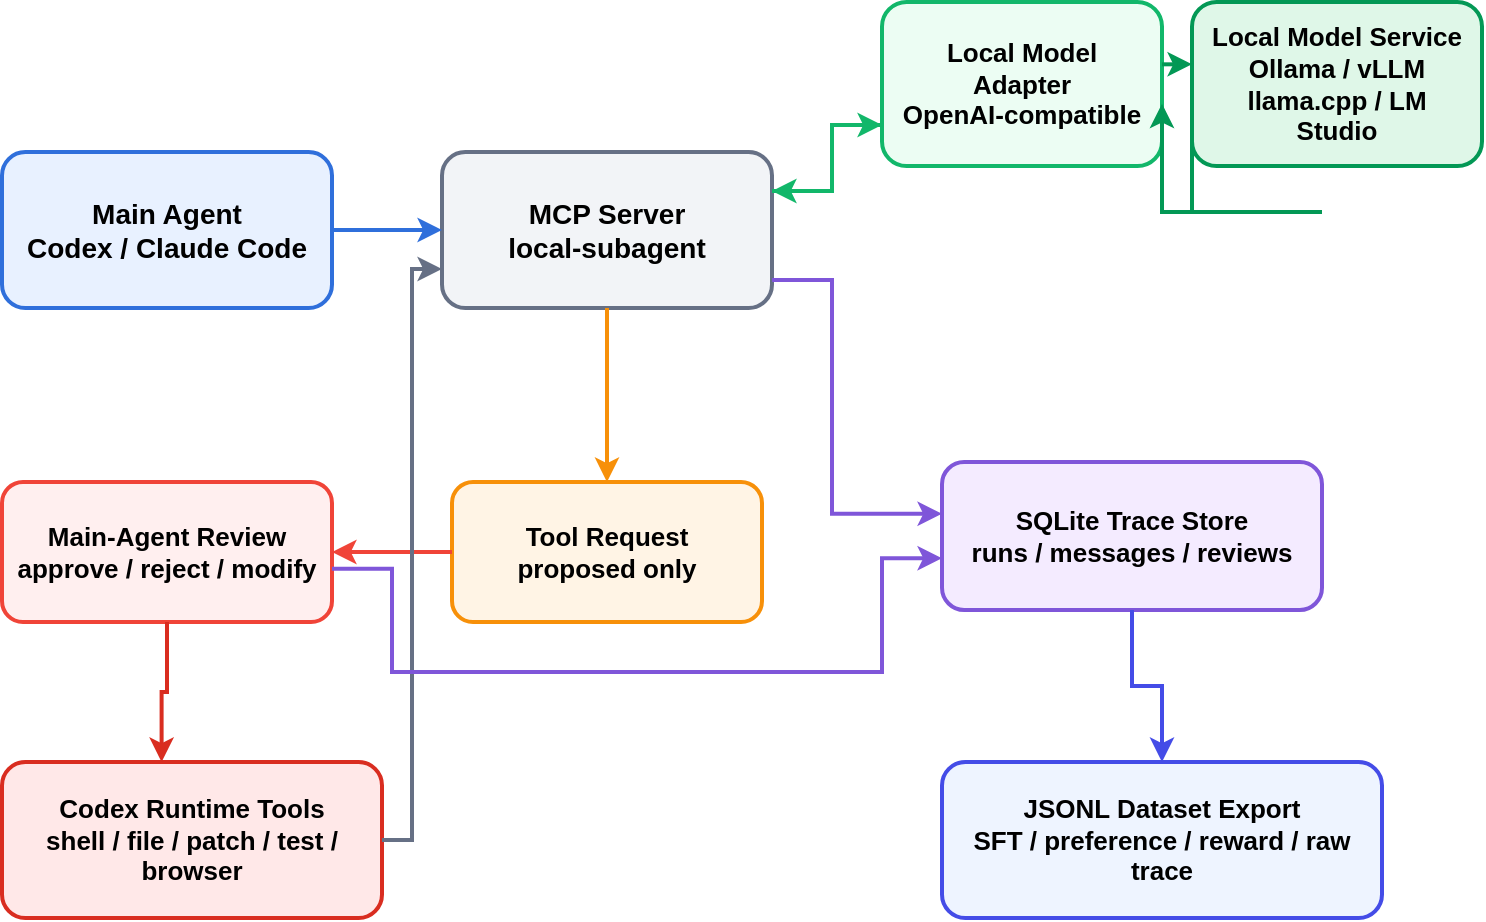
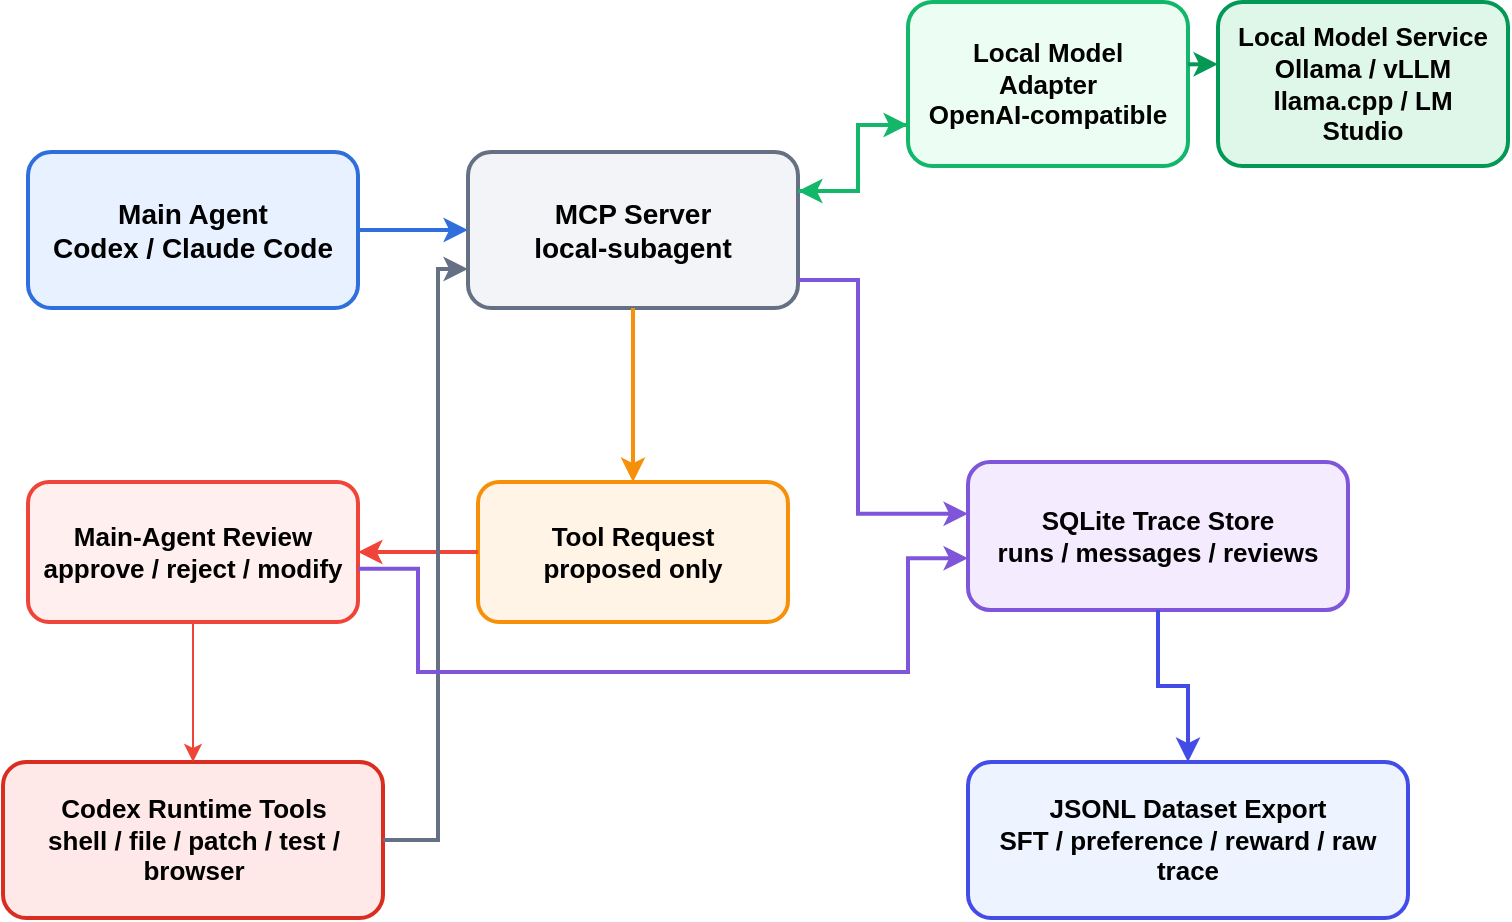
- <mxGraphModel dx="1000" dy="700" grid="1" gridSize="10" guides="1" tooltips="1" connect="1" arrows="1" fold="1" page="1" pageScale="1" pageWidth="800" pageHeight="600" background="#FFFFFF" math="0" shadow="0"><root><mxCell id="0"/><mxCell id="1" parent="0"/><mxCell id="2" value="Main Agent&#xa;Codex / Claude Code" style="rounded=1;whiteSpace=wrap;html=1;fillColor=#E8F1FF;strokeColor=#2F6FDB;strokeWidth=2;fontSize=14;fontStyle=1;align=center;verticalAlign=middle;spacing=8;" vertex="1" parent="1"><mxGeometry x="30" y="130" width="165" height="78" as="geometry"/></mxCell><mxCell id="3" value="MCP Server&#xa;local-subagent" style="rounded=1;whiteSpace=wrap;html=1;fillColor=#F2F4F7;strokeColor=#667085;strokeWidth=2;fontSize=14;fontStyle=1;align=center;verticalAlign=middle;spacing=8;" vertex="1" parent="1"><mxGeometry x="250" y="130" width="165" height="78" as="geometry"/></mxCell><mxCell id="4" value="Local Model Adapter&#xa;OpenAI-compatible" style="rounded=1;whiteSpace=wrap;html=1;fillColor=#ECFDF3;strokeColor=#12B76A;strokeWidth=2;fontSize=13;fontStyle=1;align=center;verticalAlign=middle;spacing=8;" vertex="1" parent="1"><mxGeometry x="470" y="55" width="140" height="82" as="geometry"/></mxCell><mxCell id="5" value="Local Model Service&#xa;Ollama / vLLM&#xa;llama.cpp / LM Studio" style="rounded=1;whiteSpace=wrap;html=1;fillColor=#DFF7E8;strokeColor=#039855;strokeWidth=2;fontSize=13;fontStyle=1;align=center;verticalAlign=middle;spacing=8;" vertex="1" parent="1"><mxGeometry x="625" y="55" width="145" height="82" as="geometry"/></mxCell><mxCell id="6" value="Tool Request&#xa;proposed only" style="rounded=1;whiteSpace=wrap;html=1;fillColor=#FFF4E5;strokeColor=#F79009;strokeWidth=2;fontSize=13;fontStyle=1;align=center;verticalAlign=middle;spacing=8;" vertex="1" parent="1"><mxGeometry x="255" y="295" width="155" height="70" as="geometry"/></mxCell><mxCell id="7" value="Main-Agent Review&#xa;approve / reject / modify" style="rounded=1;whiteSpace=wrap;html=1;fillColor=#FFEFEF;strokeColor=#F04438;strokeWidth=2;fontSize=13;fontStyle=1;align=center;verticalAlign=middle;spacing=8;" vertex="1" parent="1"><mxGeometry x="30" y="295" width="165" height="70" as="geometry"/></mxCell><mxCell id="8" value="Codex Runtime Tools&#xa;shell / file / patch / test / browser" style="rounded=1;whiteSpace=wrap;html=1;fillColor=#FFE8E8;strokeColor=#D92D20;strokeWidth=2;fontSize=13;fontStyle=1;align=center;verticalAlign=middle;spacing=8;" vertex="1" parent="1"><mxGeometry x="30" y="435" width="190" height="78" as="geometry"/></mxCell><mxCell id="9" value="SQLite Trace Store&#xa;runs / messages / reviews" style="rounded=1;whiteSpace=wrap;html=1;fillColor=#F4EBFF;strokeColor=#7F56D9;strokeWidth=2;fontSize=13;fontStyle=1;align=center;verticalAlign=middle;spacing=8;" vertex="1" parent="1"><mxGeometry x="500" y="285" width="190" height="74" as="geometry"/></mxCell><mxCell id="10" value="JSONL Dataset Export&#xa;SFT / preference / reward / raw trace" style="rounded=1;whiteSpace=wrap;html=1;fillColor=#EEF4FF;strokeColor=#444CE7;strokeWidth=2;fontSize=13;fontStyle=1;align=center;verticalAlign=middle;spacing=8;" vertex="1" parent="1"><mxGeometry x="500" y="435" width="220" height="78" as="geometry"/></mxCell><mxCell id="11" value="" style="endArrow=classic;html=1;rounded=0;edgeStyle=orthogonalEdgeStyle;exitX=1;exitY=0.5;entryX=0;entryY=0.5;strokeColor=#2F6FDB;strokeWidth=2;" edge="1" parent="1" source="2" target="3"><mxGeometry relative="1" as="geometry"/></mxCell><mxCell id="12" value="" style="endArrow=classic;html=1;rounded=0;edgeStyle=orthogonalEdgeStyle;exitX=1;exitY=0.25;entryX=0;entryY=0.75;strokeColor=#12B76A;strokeWidth=2;" edge="1" parent="1" source="3" target="4"><mxGeometry relative="1" as="geometry"><Array as="points"><mxPoint x="445" y="150"/><mxPoint x="445" y="116"/></Array></mxGeometry></mxCell><mxCell id="13" value="" style="endArrow=classic;html=1;rounded=0;edgeStyle=orthogonalEdgeStyle;exitX=1;exitY=0.38;entryX=0;entryY=0.38;strokeColor=#039855;strokeWidth=2;" edge="1" parent="1" source="4" target="5"><mxGeometry relative="1" as="geometry"/></mxCell><mxCell id="14" value="" style="endArrow=classic;html=1;rounded=0;edgeStyle=orthogonalEdgeStyle;exitX=0;exitY=0.62;entryX=1;entryY=0.62;strokeColor=#039855;strokeWidth=2;" edge="1" parent="1" source="5" target="4"><mxGeometry relative="1" as="geometry"><Array as="points"><mxPoint x="690" y="160"/><mxPoint x="540" y="160"/></Array></mxGeometry></mxCell><mxCell id="15" value="" style="endArrow=classic;html=1;rounded=0;edgeStyle=orthogonalEdgeStyle;exitX=0;exitY=0.75;entryX=1;entryY=0.25;strokeColor=#12B76A;strokeWidth=2;" edge="1" parent="1" source="4" target="3"><mxGeometry relative="1" as="geometry"><Array as="points"><mxPoint x="445" y="116"/><mxPoint x="445" y="150"/></Array></mxGeometry></mxCell><mxCell id="16" value="" style="endArrow=classic;html=1;rounded=0;edgeStyle=orthogonalEdgeStyle;exitX=0.5;exitY=1;entryX=0.5;entryY=0;strokeColor=#F79009;strokeWidth=2;" edge="1" parent="1" source="3" target="6"><mxGeometry relative="1" as="geometry"/></mxCell><mxCell id="17" value="" style="endArrow=classic;html=1;rounded=0;edgeStyle=orthogonalEdgeStyle;exitX=0;exitY=0.5;entryX=1;entryY=0.5;strokeColor=#F04438;strokeWidth=2;" edge="1" parent="1" source="6" target="7"><mxGeometry relative="1" as="geometry"/></mxCell><mxCell id="18" value="" style="endArrow=classic;html=1;rounded=0;edgeStyle=orthogonalEdgeStyle;exitX=0.5;exitY=1;entryX=0.42;entryY=0;strokeColor=#D92D20;strokeWidth=2;" edge="1" parent="1" source="7" target="8"><mxGeometry relative="1" as="geometry"/></mxCell><mxCell id="19" value="" style="endArrow=classic;html=1;rounded=0;edgeStyle=orthogonalEdgeStyle;exitX=1;exitY=0.5;entryX=0;entryY=0.75;strokeColor=#667085;strokeWidth=2;" edge="1" parent="1" source="8" target="3"><mxGeometry relative="1" as="geometry"><Array as="points"><mxPoint x="235" y="474"/><mxPoint x="235" y="189"/></Array></mxGeometry></mxCell><mxCell id="20" value="" style="endArrow=classic;html=1;rounded=0;edgeStyle=orthogonalEdgeStyle;exitX=1;exitY=0.82;entryX=0;entryY=0.35;strokeColor=#7F56D9;strokeWidth=2;" edge="1" parent="1" source="3" target="9"><mxGeometry relative="1" as="geometry"><Array as="points"><mxPoint x="445" y="194"/><mxPoint x="445" y="311"/></Array></mxGeometry></mxCell><mxCell id="21" value="" style="endArrow=classic;html=1;rounded=0;edgeStyle=orthogonalEdgeStyle;exitX=0.5;exitY=1;entryX=0.5;entryY=0;strokeColor=#444CE7;strokeWidth=2;" edge="1" parent="1" source="9" target="10"><mxGeometry relative="1" as="geometry"/></mxCell><mxCell id="22" value="" style="endArrow=classic;html=1;rounded=0;edgeStyle=orthogonalEdgeStyle;exitX=1;exitY=0.62;entryX=0;entryY=0.65;strokeColor=#7F56D9;strokeWidth=2;" edge="1" parent="1" source="7" target="9"><mxGeometry relative="1" as="geometry"><Array as="points"><mxPoint x="225" y="338"/><mxPoint x="225" y="390"/><mxPoint x="470" y="390"/><mxPoint x="470" y="333"/></Array></mxGeometry></mxCell></root></mxGraphModel>+ <mxfile host="app.diagrams.net" agent="Mozilla/5.0 (Windows NT 10.0; Win64; x64) AppleWebKit/537.36 (KHTML, like Gecko) Chrome/148.0.0.0 Safari/537.36 Edg/148.0.0.0" version="29.6.0">
+   <diagram name="第 1 页" id="-AbvGOl2Ah22DPAA_x7v">
+     <mxGraphModel dx="1980" dy="1114" grid="1" gridSize="10" guides="1" tooltips="1" connect="1" arrows="1" fold="1" page="1" pageScale="1" pageWidth="827" pageHeight="1169" math="0" shadow="0">
+       <root>
+         <mxCell id="0" />
+         <mxCell id="1" parent="0" />
+         <mxCell id="kPabL75nSl7H4CBY__88-1" parent="1" style="rounded=1;whiteSpace=wrap;html=1;fillColor=#E8F1FF;strokeColor=#2F6FDB;strokeWidth=2;fontSize=14;fontStyle=1;align=center;verticalAlign=middle;spacing=8;" value="Main Agent&#xa;Codex / Claude Code" vertex="1">
+           <mxGeometry height="78" width="165" x="30" y="130" as="geometry" />
+         </mxCell>
+         <mxCell id="kPabL75nSl7H4CBY__88-2" parent="1" style="rounded=1;whiteSpace=wrap;html=1;fillColor=#F2F4F7;strokeColor=#667085;strokeWidth=2;fontSize=14;fontStyle=1;align=center;verticalAlign=middle;spacing=8;" value="MCP Server&#xa;local-subagent" vertex="1">
+           <mxGeometry height="78" width="165" x="250" y="130" as="geometry" />
+         </mxCell>
+         <mxCell id="kPabL75nSl7H4CBY__88-3" parent="1" style="rounded=1;whiteSpace=wrap;html=1;fillColor=#ECFDF3;strokeColor=#12B76A;strokeWidth=2;fontSize=13;fontStyle=1;align=center;verticalAlign=middle;spacing=8;" value="Local Model Adapter&#xa;OpenAI-compatible" vertex="1">
+           <mxGeometry height="82" width="140" x="470" y="55" as="geometry" />
+         </mxCell>
+         <mxCell id="kPabL75nSl7H4CBY__88-4" parent="1" style="rounded=1;whiteSpace=wrap;html=1;fillColor=#DFF7E8;strokeColor=#039855;strokeWidth=2;fontSize=13;fontStyle=1;align=center;verticalAlign=middle;spacing=8;" value="Local Model Service&#xa;Ollama / vLLM&#xa;llama.cpp / LM Studio" vertex="1">
+           <mxGeometry height="82" width="145" x="625" y="55" as="geometry" />
+         </mxCell>
+         <mxCell id="kPabL75nSl7H4CBY__88-5" parent="1" style="rounded=1;whiteSpace=wrap;html=1;fillColor=#FFF4E5;strokeColor=#F79009;strokeWidth=2;fontSize=13;fontStyle=1;align=center;verticalAlign=middle;spacing=8;" value="Tool Request&#xa;proposed only" vertex="1">
+           <mxGeometry height="70" width="155" x="255" y="295" as="geometry" />
+         </mxCell>
+         <mxCell id="kPabL75nSl7H4CBY__88-6" parent="1" style="rounded=1;whiteSpace=wrap;html=1;fillColor=#FFEFEF;strokeColor=#F04438;strokeWidth=2;fontSize=13;fontStyle=1;align=center;verticalAlign=middle;spacing=8;" value="Main-Agent Review&#xa;approve / reject / modify" vertex="1">
+           <mxGeometry height="70" width="165" x="30" y="295" as="geometry" />
+         </mxCell>
+         <mxCell id="kPabL75nSl7H4CBY__88-7" parent="1" style="rounded=1;whiteSpace=wrap;html=1;fillColor=#FFE8E8;strokeColor=#D92D20;strokeWidth=2;fontSize=13;fontStyle=1;align=center;verticalAlign=middle;spacing=8;" value="Codex Runtime Tools&#xa;shell / file / patch / test / browser" vertex="1">
+           <mxGeometry height="78" width="190" x="17.5" y="435" as="geometry" />
+         </mxCell>
+         <mxCell id="kPabL75nSl7H4CBY__88-8" parent="1" style="rounded=1;whiteSpace=wrap;html=1;fillColor=#F4EBFF;strokeColor=#7F56D9;strokeWidth=2;fontSize=13;fontStyle=1;align=center;verticalAlign=middle;spacing=8;" value="SQLite Trace Store&#xa;runs / messages / reviews" vertex="1">
+           <mxGeometry height="74" width="190" x="500" y="285" as="geometry" />
+         </mxCell>
+         <mxCell id="kPabL75nSl7H4CBY__88-9" parent="1" style="rounded=1;whiteSpace=wrap;html=1;fillColor=#EEF4FF;strokeColor=#444CE7;strokeWidth=2;fontSize=13;fontStyle=1;align=center;verticalAlign=middle;spacing=8;" value="JSONL Dataset Export&#xa;SFT / preference / reward / raw trace" vertex="1">
+           <mxGeometry height="78" width="220" x="500" y="435" as="geometry" />
+         </mxCell>
+         <mxCell id="kPabL75nSl7H4CBY__88-10" edge="1" parent="1" source="kPabL75nSl7H4CBY__88-1" style="endArrow=classic;html=1;rounded=0;edgeStyle=orthogonalEdgeStyle;exitX=1;exitY=0.5;entryX=0;entryY=0.5;strokeColor=#2F6FDB;strokeWidth=2;" target="kPabL75nSl7H4CBY__88-2" value="">
+           <mxGeometry relative="1" as="geometry" />
+         </mxCell>
+         <mxCell id="kPabL75nSl7H4CBY__88-11" edge="1" parent="1" source="kPabL75nSl7H4CBY__88-2" style="endArrow=classic;html=1;rounded=0;edgeStyle=orthogonalEdgeStyle;exitX=1;exitY=0.25;entryX=0;entryY=0.75;strokeColor=#12B76A;strokeWidth=2;" target="kPabL75nSl7H4CBY__88-3" value="">
+           <mxGeometry relative="1" as="geometry">
+             <Array as="points">
+               <mxPoint x="445" y="150" />
+               <mxPoint x="445" y="116" />
+             </Array>
+           </mxGeometry>
+         </mxCell>
+         <mxCell id="kPabL75nSl7H4CBY__88-12" edge="1" parent="1" source="kPabL75nSl7H4CBY__88-3" style="endArrow=classic;html=1;rounded=0;edgeStyle=orthogonalEdgeStyle;exitX=1;exitY=0.38;entryX=0;entryY=0.38;strokeColor=#039855;strokeWidth=2;" target="kPabL75nSl7H4CBY__88-4" value="">
+           <mxGeometry relative="1" as="geometry" />
+         </mxCell>
+         <mxCell id="kPabL75nSl7H4CBY__88-14" edge="1" parent="1" source="kPabL75nSl7H4CBY__88-3" style="endArrow=classic;html=1;rounded=0;edgeStyle=orthogonalEdgeStyle;exitX=0;exitY=0.75;entryX=1;entryY=0.25;strokeColor=#12B76A;strokeWidth=2;" target="kPabL75nSl7H4CBY__88-2" value="">
+           <mxGeometry relative="1" as="geometry">
+             <Array as="points">
+               <mxPoint x="445" y="116" />
+               <mxPoint x="445" y="150" />
+             </Array>
+           </mxGeometry>
+         </mxCell>
+         <mxCell id="kPabL75nSl7H4CBY__88-15" edge="1" parent="1" source="kPabL75nSl7H4CBY__88-2" style="endArrow=classic;html=1;rounded=0;edgeStyle=orthogonalEdgeStyle;exitX=0.5;exitY=1;entryX=0.5;entryY=0;strokeColor=#F79009;strokeWidth=2;" target="kPabL75nSl7H4CBY__88-5" value="">
+           <mxGeometry relative="1" as="geometry" />
+         </mxCell>
+         <mxCell id="kPabL75nSl7H4CBY__88-16" edge="1" parent="1" source="kPabL75nSl7H4CBY__88-5" style="endArrow=classic;html=1;rounded=0;edgeStyle=orthogonalEdgeStyle;exitX=0;exitY=0.5;entryX=1;entryY=0.5;strokeColor=#F04438;strokeWidth=2;" target="kPabL75nSl7H4CBY__88-6" value="">
+           <mxGeometry relative="1" as="geometry" />
+         </mxCell>
+         <mxCell id="kPabL75nSl7H4CBY__88-18" edge="1" parent="1" source="kPabL75nSl7H4CBY__88-7" style="endArrow=classic;html=1;rounded=0;edgeStyle=orthogonalEdgeStyle;exitX=1;exitY=0.5;entryX=0;entryY=0.75;strokeColor=#667085;strokeWidth=2;" target="kPabL75nSl7H4CBY__88-2" value="">
+           <mxGeometry relative="1" as="geometry">
+             <Array as="points">
+               <mxPoint x="235" y="474" />
+               <mxPoint x="235" y="189" />
+             </Array>
+           </mxGeometry>
+         </mxCell>
+         <mxCell id="kPabL75nSl7H4CBY__88-19" edge="1" parent="1" source="kPabL75nSl7H4CBY__88-2" style="endArrow=classic;html=1;rounded=0;edgeStyle=orthogonalEdgeStyle;exitX=1;exitY=0.82;entryX=0;entryY=0.35;strokeColor=#7F56D9;strokeWidth=2;" target="kPabL75nSl7H4CBY__88-8" value="">
+           <mxGeometry relative="1" as="geometry">
+             <Array as="points">
+               <mxPoint x="445" y="194" />
+               <mxPoint x="445" y="311" />
+             </Array>
+           </mxGeometry>
+         </mxCell>
+         <mxCell id="kPabL75nSl7H4CBY__88-20" edge="1" parent="1" source="kPabL75nSl7H4CBY__88-8" style="endArrow=classic;html=1;rounded=0;edgeStyle=orthogonalEdgeStyle;exitX=0.5;exitY=1;entryX=0.5;entryY=0;strokeColor=#444CE7;strokeWidth=2;" target="kPabL75nSl7H4CBY__88-9" value="">
+           <mxGeometry relative="1" as="geometry" />
+         </mxCell>
+         <mxCell id="kPabL75nSl7H4CBY__88-21" edge="1" parent="1" source="kPabL75nSl7H4CBY__88-6" style="endArrow=classic;html=1;rounded=0;edgeStyle=orthogonalEdgeStyle;exitX=1;exitY=0.62;entryX=0;entryY=0.65;strokeColor=#7F56D9;strokeWidth=2;" target="kPabL75nSl7H4CBY__88-8" value="">
+           <mxGeometry relative="1" as="geometry">
+             <Array as="points">
+               <mxPoint x="225" y="338" />
+               <mxPoint x="225" y="390" />
+               <mxPoint x="470" y="390" />
+               <mxPoint x="470" y="333" />
+             </Array>
+           </mxGeometry>
+         </mxCell>
+         <mxCell id="kPabL75nSl7H4CBY__88-22" edge="1" parent="1" source="kPabL75nSl7H4CBY__88-6" style="endArrow=classic;html=1;rounded=0;strokeColor=#F04438;exitX=0.5;exitY=1;exitDx=0;exitDy=0;" target="kPabL75nSl7H4CBY__88-7" value="">
+           <mxGeometry height="50" relative="1" width="50" as="geometry">
+             <mxPoint x="390" y="590" as="sourcePoint" />
+             <mxPoint x="440" y="540" as="targetPoint" />
+           </mxGeometry>
+         </mxCell>
+       </root>
+     </mxGraphModel>
+   </diagram>
+ </mxfile>
